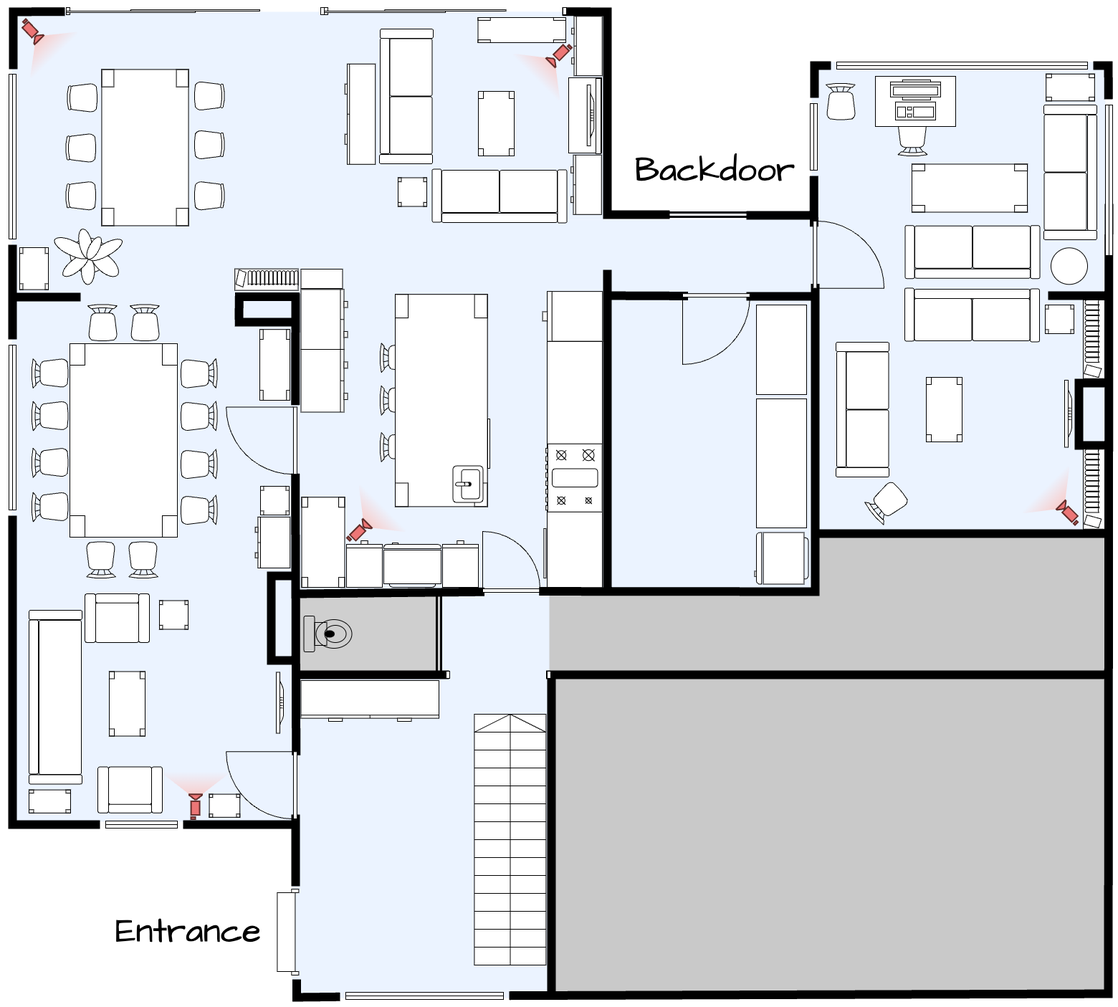
Earlier version of the draw.io export img/Castle-with-camera.png (CASTLE-Dataset/CASTLE-Dataset.github.io). Source tidied: cells renumbered, new cells last; positions are measured from the earlier drawing's top-left corner, leaving out a move shared by most shapes.
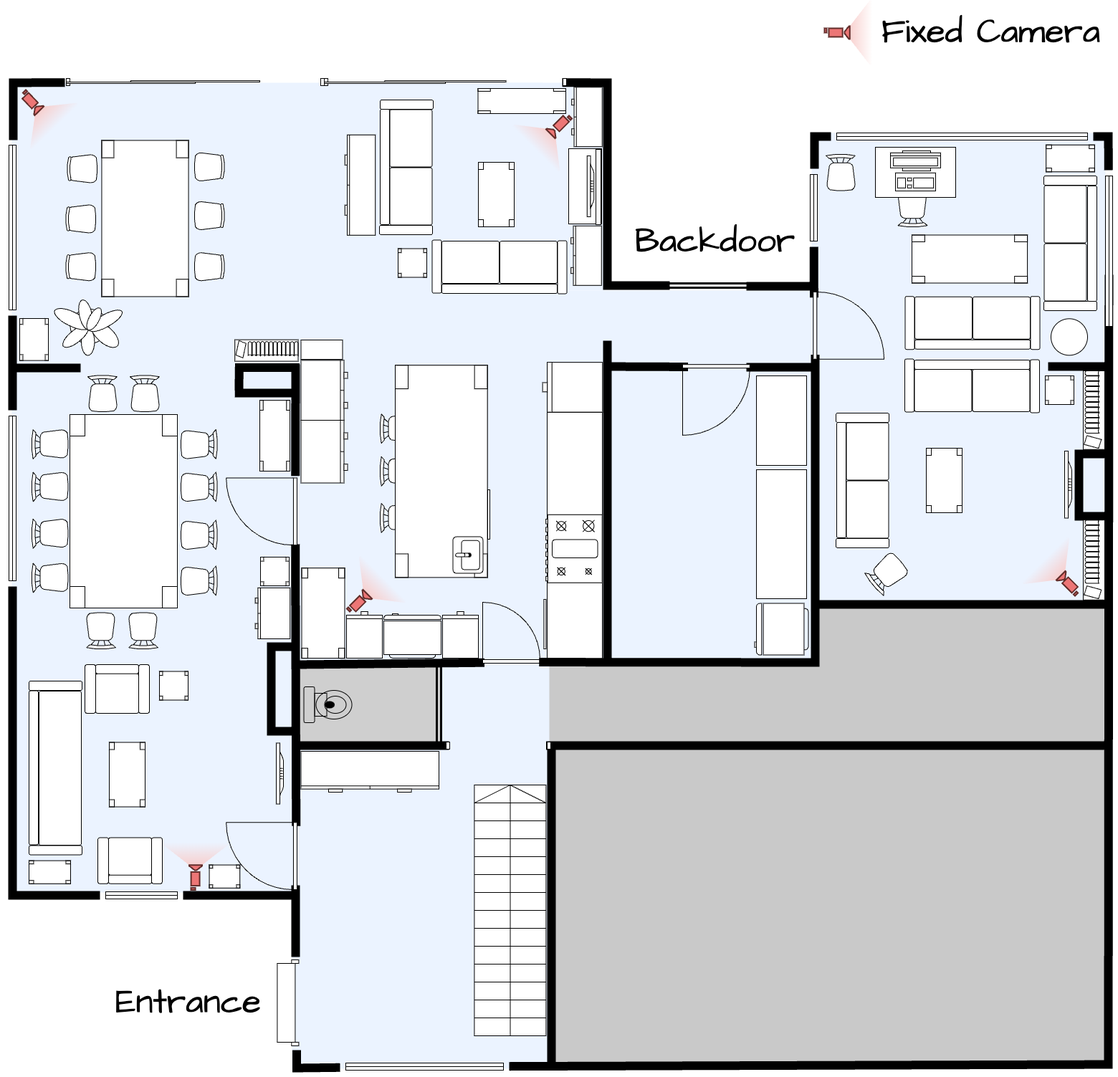
The same diagram one commit later.

Commit message:
Add a legend to the image of the castle with the camera

What changed in the source:
```diff
@@ -784,5 +784,23 @@
     <mxCell id="223" style="verticalLabelPosition=bottom;verticalAlign=top;html=1;shape=mxgraph.basic.polygon;polyCoords=[[0.67,0],[0.77,0],[0.77,0.22],[0.77,0.82],[0.77,1],[0.67,1],[0.17,0.57],[0.17,0.43]];polyline=0;fillColor=#EC7676;strokeColor=#612D2A;rotation=-135;strokeWidth=2;" parent="219" vertex="1">
       <mxGeometry x="47" y="39" width="12" height="17.9" as="geometry" />
     </mxCell>
+    <mxCell id="224" style="group;rotation=90;" parent="1" vertex="1">
+      <mxGeometry x="1246" y="-74" width="90" height="80.5" as="geometry" />
+    </mxCell>
+    <mxCell id="225" style="rounded=0;whiteSpace=wrap;html=1;fillColor=#EC7676;strokeColor=#612D2A;rotation=0;strokeWidth=2;" parent="224" vertex="1">
+      <mxGeometry x="8" y="34" width="19.1" height="12" as="geometry" />
+    </mxCell>
+    <mxCell id="226" style="rounded=0;whiteSpace=wrap;html=1;fillColor=#EC7676;strokeColor=#612D2A;rotation=0;strokeWidth=2;" parent="224" vertex="1">
+      <mxGeometry x="2" y="34" width="3" height="6" as="geometry" />
+    </mxCell>
+    <mxCell id="227" style="verticalLabelPosition=bottom;verticalAlign=top;html=1;shape=mxgraph.basic.polygon;polyCoords=[[0.67,0],[0.73,0],[0.73,1],[0.73,0.79],[0.73,1],[0.67,1],[0.17,0.57],[0.17,0.43]];polyline=0;fillColor=#F8CECC;strokeColor=none;rotation=0;shadow=0;gradientColor=#FFFFFF;gradientDirection=east;" parent="224" vertex="1">
+      <mxGeometry x="25" y="-5" width="60" height="90" as="geometry" />
+    </mxCell>
+    <mxCell id="228" style="verticalLabelPosition=bottom;verticalAlign=top;html=1;shape=mxgraph.basic.polygon;polyCoords=[[0.67,0],[0.77,0],[0.77,0.22],[0.77,0.82],[0.77,1],[0.67,1],[0.17,0.57],[0.17,0.43]];polyline=0;fillColor=#EC7676;strokeColor=#612D2A;rotation=0;strokeWidth=2;" parent="224" vertex="1">
+      <mxGeometry x="28" y="31" width="12" height="17.9" as="geometry" />
+    </mxCell>
+    <mxCell id="229" value="Fixed Camera" style="text;html=1;align=center;verticalAlign=middle;strokeColor=none;fillColor=none;fontSize=48;fontFamily=Architects Daughter;fontSource=https%3A%2F%2Ffonts.googleapis.com%2Fcss%3Ffamily%3DArchitects%2BDaughter;" parent="1" vertex="1">
+      <mxGeometry x="1314.5" y="-68.8" width="330" height="70" as="geometry" />
+    </mxCell>
   </root>
 </mxGraphModel>
```
